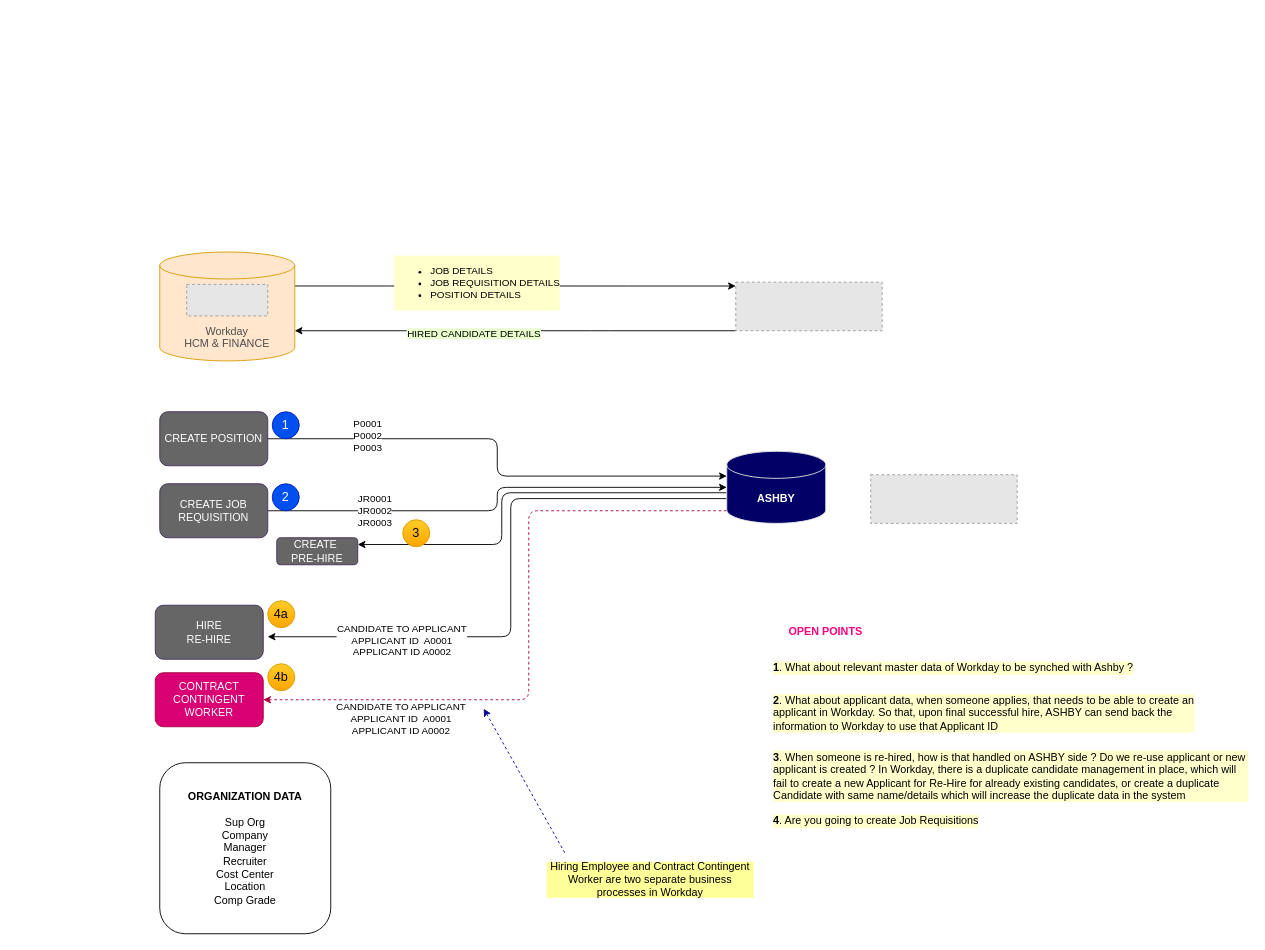
Earlier version of the draw.io diagram ASHBY Recruiting Integration.drawio (sandyaroma/sandyaroma). Source tidied: cells renumbered, new cells numbered last; positions are measured from the earlier drawing's top-left corner, leaving out a move shared by most shapes. Both pictures are drawn from the tidied source at 90%, with x=0, y=0 at pixel (15, 251). Pictures stored in the file or linked from it are replaced by grey dashed boxes.
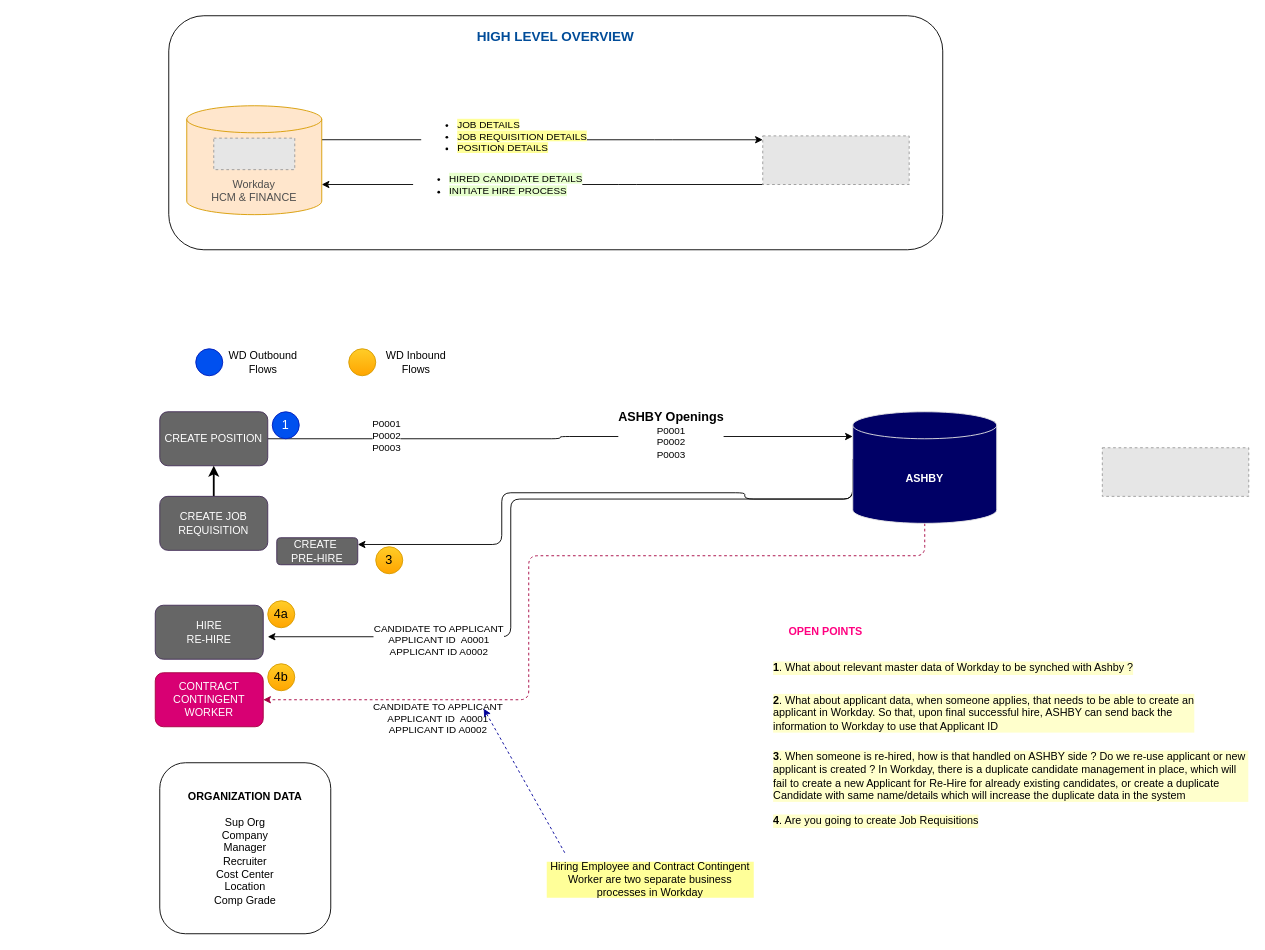
The same diagram, later.

The change refers to these unchanged cells:
```xml
<mxCell id="10" style="edgeStyle=orthogonalEdgeStyle;rounded=1;jettySize=auto;html=1;entryX=0;entryY=0;entryDx=0;entryDy=27.5;entryPerimeter=0;curved=0;" parent="1" edge="1" source="12" target="18">
  <mxGeometry relative="1" as="geometry" />
</mxCell>
<mxCell id="12" value="CREATE POSITION" style="rounded=1;whiteSpace=wrap;html=1;fillColor=#666666;fontColor=#ffffff;strokeColor=#432D57;" parent="1" vertex="1">
  <mxGeometry x="160" y="178" width="120" height="60" as="geometry" />
</mxCell>
<mxCell id="24" value="CONTRACT CONTINGENT WORKER" style="rounded=1;whiteSpace=wrap;html=1;fillColor=#d80073;fontColor=#ffffff;strokeColor=#A50040;" parent="1" vertex="1">
  <mxGeometry x="155" y="468" width="120" height="60" as="geometry" />
</mxCell>
```

What changed in the source:
```diff
@@
+    <mxCell id="39" value="&lt;b style=&quot;font-size: 15px;&quot;&gt;&lt;font color=&quot;#004c99&quot; style=&quot;font-size: 15px;&quot;&gt;HIGH LEVEL OVERVIEW&lt;/font&gt;&lt;/b&gt;&lt;div style=&quot;font-size: 15px;&quot;&gt;&lt;b&gt;&lt;font color=&quot;#004c99&quot; style=&quot;font-size: 15px;&quot;&gt;&lt;br&gt;&lt;/font&gt;&lt;/b&gt;&lt;/div&gt;&lt;div style=&quot;font-size: 15px;&quot;&gt;&lt;b&gt;&lt;font color=&quot;#004c99&quot; style=&quot;font-size: 15px;&quot;&gt;&lt;br&gt;&lt;/font&gt;&lt;/b&gt;&lt;/div&gt;&lt;div style=&quot;font-size: 15px;&quot;&gt;&lt;b&gt;&lt;font color=&quot;#004c99&quot; style=&quot;font-size: 15px;&quot;&gt;&lt;br&gt;&lt;/font&gt;&lt;/b&gt;&lt;/div&gt;&lt;div style=&quot;font-size: 15px;&quot;&gt;&lt;b&gt;&lt;font color=&quot;#004c99&quot; style=&quot;font-size: 15px;&quot;&gt;&lt;br&gt;&lt;/font&gt;&lt;/b&gt;&lt;/div&gt;&lt;div style=&quot;font-size: 15px;&quot;&gt;&lt;b&gt;&lt;font color=&quot;#004c99&quot; style=&quot;font-size: 15px;&quot;&gt;&lt;br&gt;&lt;/font&gt;&lt;/b&gt;&lt;/div&gt;&lt;div style=&quot;font-size: 15px;&quot;&gt;&lt;b&gt;&lt;font color=&quot;#004c99&quot; style=&quot;font-size: 15px;&quot;&gt;&lt;br&gt;&lt;/font&gt;&lt;/b&gt;&lt;/div&gt;&lt;div style=&quot;font-size: 15px;&quot;&gt;&lt;b&gt;&lt;font color=&quot;#004c99&quot; style=&quot;font-size: 15px;&quot;&gt;&lt;br&gt;&lt;/font&gt;&lt;/b&gt;&lt;/div&gt;&lt;div style=&quot;font-size: 15px;&quot;&gt;&lt;b&gt;&lt;font color=&quot;#004c99&quot; style=&quot;font-size: 15px;&quot;&gt;&lt;br&gt;&lt;/font&gt;&lt;/b&gt;&lt;/div&gt;&lt;div style=&quot;font-size: 15px;&quot;&gt;&lt;b&gt;&lt;font color=&quot;#004c99&quot; style=&quot;font-size: 15px;&quot;&gt;&lt;br&gt;&lt;/font&gt;&lt;/b&gt;&lt;/div&gt;&lt;div style=&quot;font-size: 15px;&quot;&gt;&lt;b&gt;&lt;font color=&quot;#004c99&quot; style=&quot;font-size: 15px;&quot;&gt;&lt;br&gt;&lt;/font&gt;&lt;/b&gt;&lt;/div&gt;&lt;div style=&quot;font-size: 15px;&quot;&gt;&lt;b&gt;&lt;font color=&quot;#004c99&quot; style=&quot;font-size: 15px;&quot;&gt;&lt;br&gt;&lt;/font&gt;&lt;/b&gt;&lt;/div&gt;&lt;div style=&quot;font-size: 15px;&quot;&gt;&lt;br&gt;&lt;/div&gt;" style="rounded=1;whiteSpace=wrap;html=1;fillColor=none;" parent="1" vertex="1">
+      <mxGeometry x="170" y="-262" width="860" height="260" as="geometry" />
+    </mxCell>
     <mxCell id="2" style="edgeStyle=orthogonalEdgeStyle;rounded=1;jettySize=auto;html=1;exitX=1;exitY=0;exitDx=0;exitDy=37.75;exitPerimeter=0;curved=0;" parent="1" edge="1" source="4" target="8">
       <mxGeometry relative="1" as="geometry">
         <Array as="points">
-          <mxPoint x="690" y="38" />
-          <mxPoint x="690" y="38" />
+          <mxPoint x="720" y="-124.5" />
+          <mxPoint x="720" y="-124.5" />
         </Array>
       </mxGeometry>
     </mxCell>
-    <mxCell id="3" value="&lt;ul&gt;&lt;li&gt;JOB DETAILS&lt;/li&gt;&lt;li&gt;JOB REQUISITION DETAILS&lt;/li&gt;&lt;li&gt;POSITION DETAILS&lt;/li&gt;&lt;/ul&gt;" style="edgeLabel;html=1;align=left;verticalAlign=middle;labelBackgroundColor=#FFFFCC;" parent="2" vertex="1">
+    <mxCell id="3" value="&lt;ul&gt;&lt;li&gt;&lt;span style=&quot;background-color: rgb(255, 255, 153);&quot;&gt;JOB DETAILS&lt;/span&gt;&lt;/li&gt;&lt;li&gt;&lt;span style=&quot;background-color: rgb(255, 255, 153);&quot;&gt;JOB REQUISITION DETAILS&lt;/span&gt;&lt;/li&gt;&lt;li&gt;&lt;span style=&quot;background-color: rgb(255, 255, 153);&quot;&gt;POSITION DETAILS&lt;/span&gt;&lt;/li&gt;&lt;/ul&gt;" style="edgeLabel;html=1;align=left;verticalAlign=middle;labelBackgroundColor=default;" parent="2" vertex="1">
       <mxGeometry x="-0.53" y="1" relative="1" as="geometry">
         <mxPoint x="-6" y="-3" as="offset" />
       </mxGeometry>
     </mxCell>
     <mxCell id="4" value="&lt;div&gt;&lt;font color=&quot;#4d4d4d&quot;&gt;&lt;br&gt;&lt;/font&gt;&lt;/div&gt;&lt;div&gt;&lt;font color=&quot;#4d4d4d&quot;&gt;&lt;br&gt;&lt;/font&gt;&lt;/div&gt;&lt;font color=&quot;#4d4d4d&quot;&gt;&lt;div&gt;&lt;font color=&quot;#4d4d4d&quot;&gt;&lt;br&gt;&lt;/font&gt;&lt;/div&gt;Workday&lt;/font&gt;&lt;div&gt;&lt;font color=&quot;#4d4d4d&quot;&gt;HCM &amp;amp; FINANCE&lt;/font&gt;&lt;/div&gt;" style="shape=cylinder3;whiteSpace=wrap;html=1;boundedLbl=1;backgroundOutline=1;size=15;fillColor=#ffe6cc;strokeColor=#d79b00;" parent="1" vertex="1">
-      <mxGeometry x="160" y="0.5" width="150" height="121" as="geometry" />
+      <mxGeometry x="190" y="-162" width="150" height="121" as="geometry" />
     </mxCell>
     <mxCell id="5" style="fillColor=#E6E6E6;strokeColor=#999999;dashed=1;verticalLabelPosition=bottom;labelBackgroundColor=default;verticalAlign=top;" parent="1" vertex="1">
-      <mxGeometry x="190" y="36.5" width="90" height="35" as="geometry" />
+      <mxGeometry x="220" y="-126" width="90" height="35" as="geometry" />
     </mxCell>
     <mxCell id="6" style="edgeStyle=orthogonalEdgeStyle;rounded=1;jettySize=auto;html=1;exitX=0;exitY=1;exitDx=0;exitDy=0;curved=0;" parent="1" edge="1" source="8" target="4">
       <mxGeometry relative="1" as="geometry">
         <Array as="points">
-          <mxPoint x="650" y="88" />
-          <mxPoint x="650" y="88" />
+          <mxPoint x="680" y="-74.5" />
+          <mxPoint x="680" y="-74.5" />
         </Array>
       </mxGeometry>
     </mxCell>
-    <mxCell id="7" value="&lt;span style=&quot;background-color: rgb(230, 255, 204);&quot;&gt;HIRED CANDIDATE DETAILS&lt;/span&gt;" style="edgeLabel;html=1;align=center;verticalAlign=middle;" parent="6" vertex="1">
-      <mxGeometry x="0.19" y="3" relative="1" as="geometry" />
+    <mxCell id="7" value="&lt;ul&gt;&lt;li&gt;&lt;span style=&quot;background-color: rgb(230, 255, 204);&quot;&gt;HIRED CANDIDATE DETAILS&lt;/span&gt;&lt;/li&gt;&lt;li&gt;&lt;span style=&quot;background-color: rgb(230, 255, 204);&quot;&gt;INITIATE HIRE PROCESS&lt;/span&gt;&lt;/li&gt;&lt;/ul&gt;" style="edgeLabel;html=1;align=left;verticalAlign=middle;" parent="6" vertex="1">
+      <mxGeometry x="0.19" y="3" relative="1" as="geometry">
+        <mxPoint x="-98" y="-3" as="offset" />
+      </mxGeometry>
     </mxCell>
     <mxCell id="8" style="fillColor=#E6E6E6;strokeColor=#999999;dashed=1;verticalLabelPosition=bottom;labelBackgroundColor=default;verticalAlign=top;" parent="1" vertex="1">
-      <mxGeometry x="800" y="34" width="162.7" height="54" as="geometry" />
+      <mxGeometry x="830" y="-128.5" width="162.7" height="54" as="geometry" />
     </mxCell>
@@
+    <mxCell id="40" value="&lt;font style=&quot;font-size: 14px;&quot;&gt;&lt;b&gt;ASHBY Openings&lt;/b&gt;&lt;/font&gt;&lt;div&gt;P0001&lt;/div&gt;&lt;div&gt;P0002&lt;/div&gt;&lt;div&gt;P0003&lt;/div&gt;" style="edgeLabel;html=1;align=center;verticalAlign=middle;" parent="10" vertex="1">
+      <mxGeometry x="0.38" y="3" relative="1" as="geometry">
+        <mxPoint y="1" as="offset" />
+      </mxGeometry>
+    </mxCell>
@@
     <mxCell id="15" style="edgeStyle=orthogonalEdgeStyle;rounded=1;jettySize=auto;html=1;entryX=1;entryY=0.5;entryDx=0;entryDy=0;curved=0;fillColor=#d80073;strokeColor=#A50040;dashed=1;" parent="1" edge="1" source="18" target="24">
       <mxGeometry relative="1" as="geometry">
         <Array as="points">
-          <mxPoint x="570" y="288" />
+          <mxPoint x="1010" y="338" />
+          <mxPoint x="570" y="338" />
           <mxPoint x="570" y="498" />
         </Array>
       </mxGeometry>
     </mxCell>
@@
     <mxCell id="18" value="&lt;font color=&quot;#ffffff&quot;&gt;&lt;b&gt;ASHBY&lt;/b&gt;&lt;/font&gt;" style="shape=cylinder3;whiteSpace=wrap;html=1;boundedLbl=1;backgroundOutline=1;size=15;fillColor=#000066;strokeColor=#E6E6E6;" parent="1" vertex="1">
-      <mxGeometry x="790" y="222" width="110" height="80" as="geometry" />
+      <mxGeometry x="930" y="178" width="160" height="124" as="geometry" />
     </mxCell>
-    <mxCell id="19" style="edgeStyle=orthogonalEdgeStyle;rounded=1;jettySize=auto;html=1;entryX=0;entryY=0.5;entryDx=0;entryDy=0;entryPerimeter=0;curved=0;" parent="1" edge="1" source="21" target="18">
-      <mxGeometry relative="1" as="geometry" />
-    </mxCell>
-    <mxCell id="20" value="JR0001&lt;div&gt;JR0002&lt;/div&gt;&lt;div&gt;JR0003&lt;/div&gt;" style="edgeLabel;html=1;align=center;verticalAlign=middle;" parent="19" vertex="1">
-      <mxGeometry x="-0.56" y="1" relative="1" as="geometry" />
-    </mxCell>
+    <mxCell id="41" style="edgeStyle=orthogonalEdgeStyle;rounded=0;jettySize=auto;html=1;strokeWidth=2;" parent="1" edge="1" source="21" target="12">
+      <mxGeometry relative="1" as="geometry" />
+    </mxCell>
     <mxCell id="21" value="CREATE JOB REQUISITION" style="rounded=1;whiteSpace=wrap;html=1;fillColor=#666666;fontColor=#ffffff;strokeColor=#432D57;" parent="1" vertex="1">
-      <mxGeometry x="160" y="258" width="120" height="60" as="geometry" />
+      <mxGeometry x="160" y="272" width="120" height="60" as="geometry" />
     </mxCell>
     <mxCell id="22" style="fillColor=#E6E6E6;strokeColor=#999999;dashed=1;verticalLabelPosition=bottom;labelBackgroundColor=default;verticalAlign=top;" parent="1" vertex="1">
-      <mxGeometry x="950" y="248" width="162.7" height="54" as="geometry" />
+      <mxGeometry x="1207.3" y="218" width="162.7" height="54" as="geometry" />
     </mxCell>
@@
-    <mxCell id="33" value="&lt;span style=&quot;font-size: 14px;&quot;&gt;2&lt;/span&gt;" style="ellipse;whiteSpace=wrap;html=1;fillColor=#0050ef;fontColor=#ffffff;strokeColor=#001DBC;" parent="1" vertex="1">
-      <mxGeometry x="285" y="258" width="30" height="30" as="geometry" />
-    </mxCell>
     <mxCell id="34" value="&lt;span style=&quot;font-size: 14px;&quot;&gt;3&lt;/span&gt;" style="ellipse;whiteSpace=wrap;html=1;fillColor=#ffcd28;strokeColor=#d79b00;gradientColor=#ffa500;" parent="1" vertex="1">
-      <mxGeometry x="430" y="298" width="30" height="30" as="geometry" />
+      <mxGeometry x="400" y="328" width="30" height="30" as="geometry" />
     </mxCell>
@@
+    <mxCell id="42" style="ellipse;whiteSpace=wrap;html=1;fillColor=#0050ef;fontColor=#ffffff;strokeColor=#001DBC;" parent="1" vertex="1">
+      <mxGeometry x="200" y="108" width="30" height="30" as="geometry" />
+    </mxCell>
+    <mxCell id="43" style="ellipse;whiteSpace=wrap;html=1;fillColor=#ffcd28;strokeColor=#d79b00;gradientColor=#ffa500;" parent="1" vertex="1">
+      <mxGeometry x="370" y="108" width="30" height="30" as="geometry" />
+    </mxCell>
+    <mxCell id="44" value="WD Outbound Flows" style="text;html=1;align=center;verticalAlign=middle;whiteSpace=wrap;rounded=0;" parent="1" vertex="1">
+      <mxGeometry x="235" y="108" width="80" height="30" as="geometry" />
+    </mxCell>
+    <mxCell id="45" value="WD Inbound Flows" style="text;html=1;align=center;verticalAlign=middle;whiteSpace=wrap;rounded=0;" parent="1" vertex="1">
+      <mxGeometry x="410" y="108" width="70" height="30" as="geometry" />
+    </mxCell>
```
